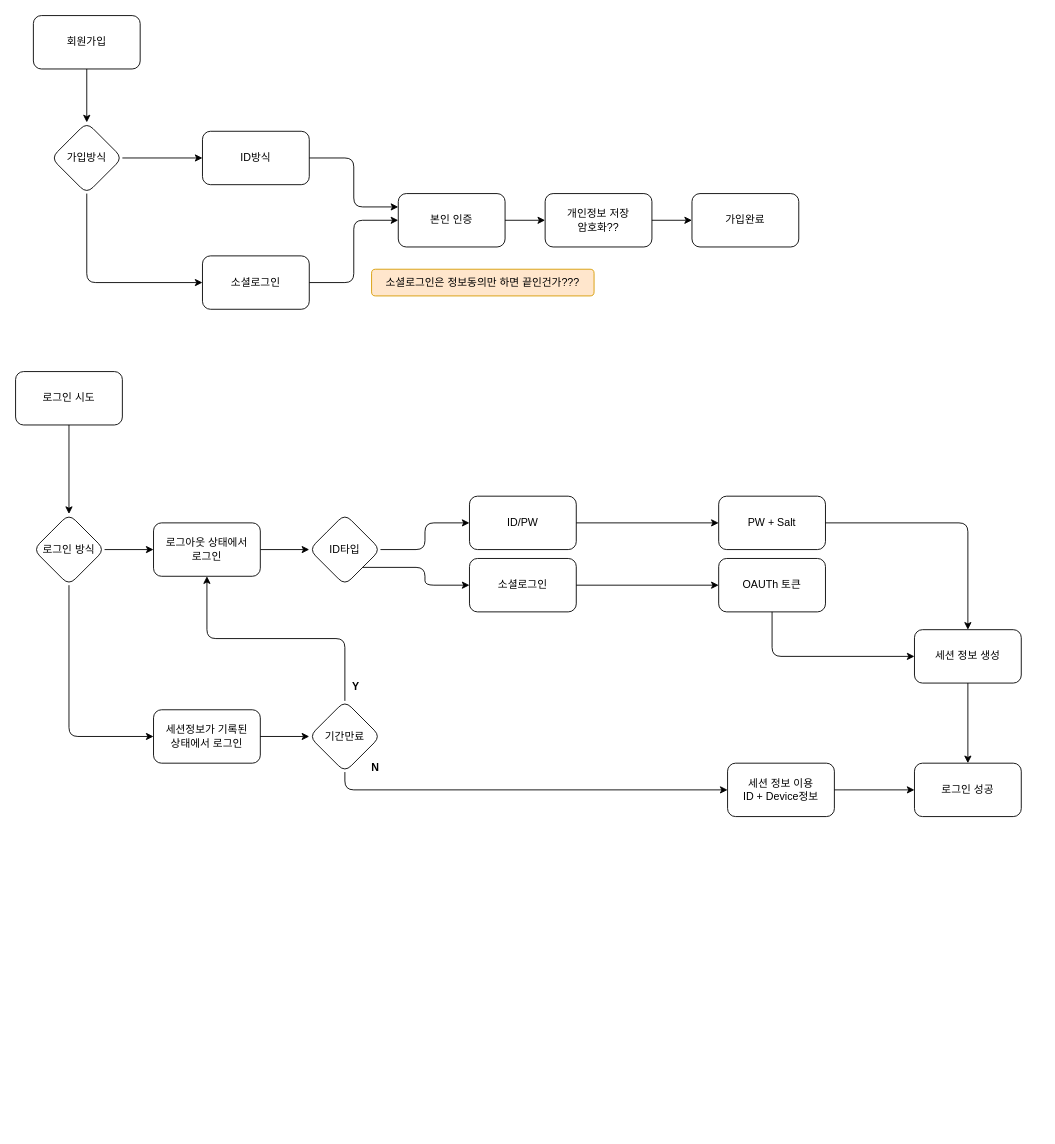
Before: Vuides.drawio in hayarobyjy/JY_Code, a draw.io diagram. Source tidied: cells renumbered, new cells numbered last; positions are measured from the earlier drawing's top-left corner, leaving out a move shared by most shapes. Both pictures are drawn from the tidied source at 89%, with x=0, y=0 at pixel (15, 15).
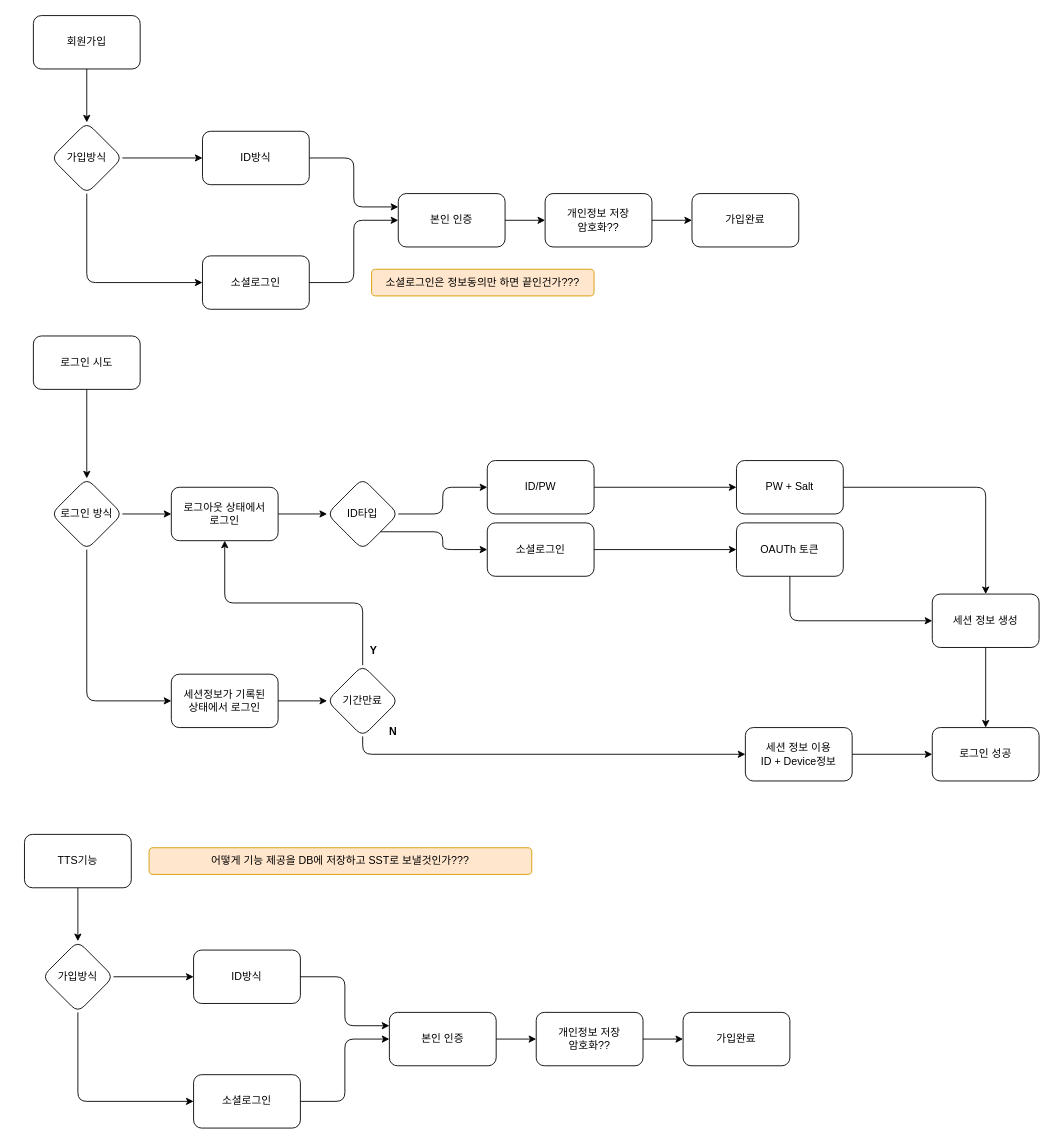
The same diagram, later.

The edit, as a diff of the source:
```diff
@@
     <mxCell id="2" style="group;" parent="1" vertex="1">
-      <mxGeometry y="400" width="1130" height="500" as="geometry" />
+      <mxGeometry x="20" y="360" width="1130" height="500" as="geometry" />
     </mxCell>
@@
+    <mxCell id="50" value="TTS기능" style="rounded=1;whiteSpace=wrap;html=1;" parent="1" vertex="1">
+      <mxGeometry x="10" y="920" width="120" height="60" as="geometry" />
+    </mxCell>
+    <mxCell id="51" value="가입방식" style="rhombus;whiteSpace=wrap;html=1;rounded=1;" parent="1" vertex="1">
+      <mxGeometry x="30" y="1040" width="80" height="80" as="geometry" />
+    </mxCell>
+    <mxCell id="52" style="edgeStyle=orthogonalEdgeStyle;rounded=1;jettySize=auto;html=1;exitX=0.5;exitY=1;exitDx=0;exitDy=0;" parent="1" edge="1" source="50" target="51">
+      <mxGeometry relative="1" as="geometry" />
+    </mxCell>
+    <mxCell id="53" value="ID방식" style="rounded=1;whiteSpace=wrap;html=1;" parent="1" vertex="1">
+      <mxGeometry x="200" y="1050" width="120" height="60" as="geometry" />
+    </mxCell>
+    <mxCell id="54" style="edgeStyle=orthogonalEdgeStyle;rounded=1;jettySize=auto;html=1;exitX=1;exitY=0.5;exitDx=0;exitDy=0;entryX=0;entryY=0.5;entryDx=0;entryDy=0;" parent="1" edge="1" source="51" target="53">
+      <mxGeometry relative="1" as="geometry" />
+    </mxCell>
+    <mxCell id="55" value="소셜로그인" style="rounded=1;whiteSpace=wrap;html=1;" parent="1" vertex="1">
+      <mxGeometry x="200" y="1190" width="120" height="60" as="geometry" />
+    </mxCell>
+    <mxCell id="56" style="edgeStyle=orthogonalEdgeStyle;rounded=1;jettySize=auto;html=1;exitX=0.5;exitY=1;exitDx=0;exitDy=0;entryX=0;entryY=0.5;entryDx=0;entryDy=0;" parent="1" edge="1" source="51" target="55">
+      <mxGeometry relative="1" as="geometry" />
+    </mxCell>
+    <mxCell id="57" value="본인 인증" style="rounded=1;whiteSpace=wrap;html=1;" parent="1" vertex="1">
+      <mxGeometry x="420" y="1120" width="120" height="60" as="geometry" />
+    </mxCell>
+    <mxCell id="58" style="edgeStyle=orthogonalEdgeStyle;rounded=1;jettySize=auto;html=1;exitX=1;exitY=0.5;exitDx=0;exitDy=0;entryX=0;entryY=0.25;entryDx=0;entryDy=0;" parent="1" edge="1" source="53" target="57">
+      <mxGeometry relative="1" as="geometry" />
+    </mxCell>
+    <mxCell id="59" style="edgeStyle=orthogonalEdgeStyle;rounded=1;jettySize=auto;html=1;exitX=1;exitY=0.5;exitDx=0;exitDy=0;entryX=0;entryY=0.5;entryDx=0;entryDy=0;" parent="1" edge="1" source="55" target="57">
+      <mxGeometry relative="1" as="geometry" />
+    </mxCell>
+    <mxCell id="60" value="개인정보 저장&lt;br&gt;암호화??" style="rounded=1;whiteSpace=wrap;html=1;" parent="1" vertex="1">
+      <mxGeometry x="585" y="1120" width="120" height="60" as="geometry" />
+    </mxCell>
+    <mxCell id="61" style="edgeStyle=orthogonalEdgeStyle;rounded=1;jettySize=auto;html=1;exitX=1;exitY=0.5;exitDx=0;exitDy=0;entryX=0;entryY=0.5;entryDx=0;entryDy=0;" parent="1" edge="1" source="57" target="60">
+      <mxGeometry relative="1" as="geometry" />
+    </mxCell>
+    <mxCell id="62" value="가입완료" style="rounded=1;whiteSpace=wrap;html=1;" parent="1" vertex="1">
+      <mxGeometry x="750" y="1120" width="120" height="60" as="geometry" />
+    </mxCell>
+    <mxCell id="63" style="edgeStyle=orthogonalEdgeStyle;rounded=1;jettySize=auto;html=1;exitX=1;exitY=0.5;exitDx=0;exitDy=0;entryX=0;entryY=0.5;entryDx=0;entryDy=0;" parent="1" edge="1" source="60" target="62">
+      <mxGeometry relative="1" as="geometry" />
+    </mxCell>
+    <mxCell id="64" style="edgeStyle=orthogonalEdgeStyle;rounded=1;orthogonalLoop=1;jettySize=auto;html=1;exitX=0.5;exitY=1;exitDx=0;exitDy=0;" parent="1" edge="1" source="60" target="60">
+      <mxGeometry relative="1" as="geometry" />
+    </mxCell>
+    <mxCell id="65" value="어떻게 기능 제공을 DB에 저장하고 SST로 보낼것인가???" style="text;html=1;strokeColor=#d79b00;fillColor=#ffe6cc;align=center;verticalAlign=middle;whiteSpace=wrap;rounded=1;" parent="1" vertex="1">
+      <mxGeometry x="150" y="935" width="430" height="30" as="geometry" />
+    </mxCell>
```
